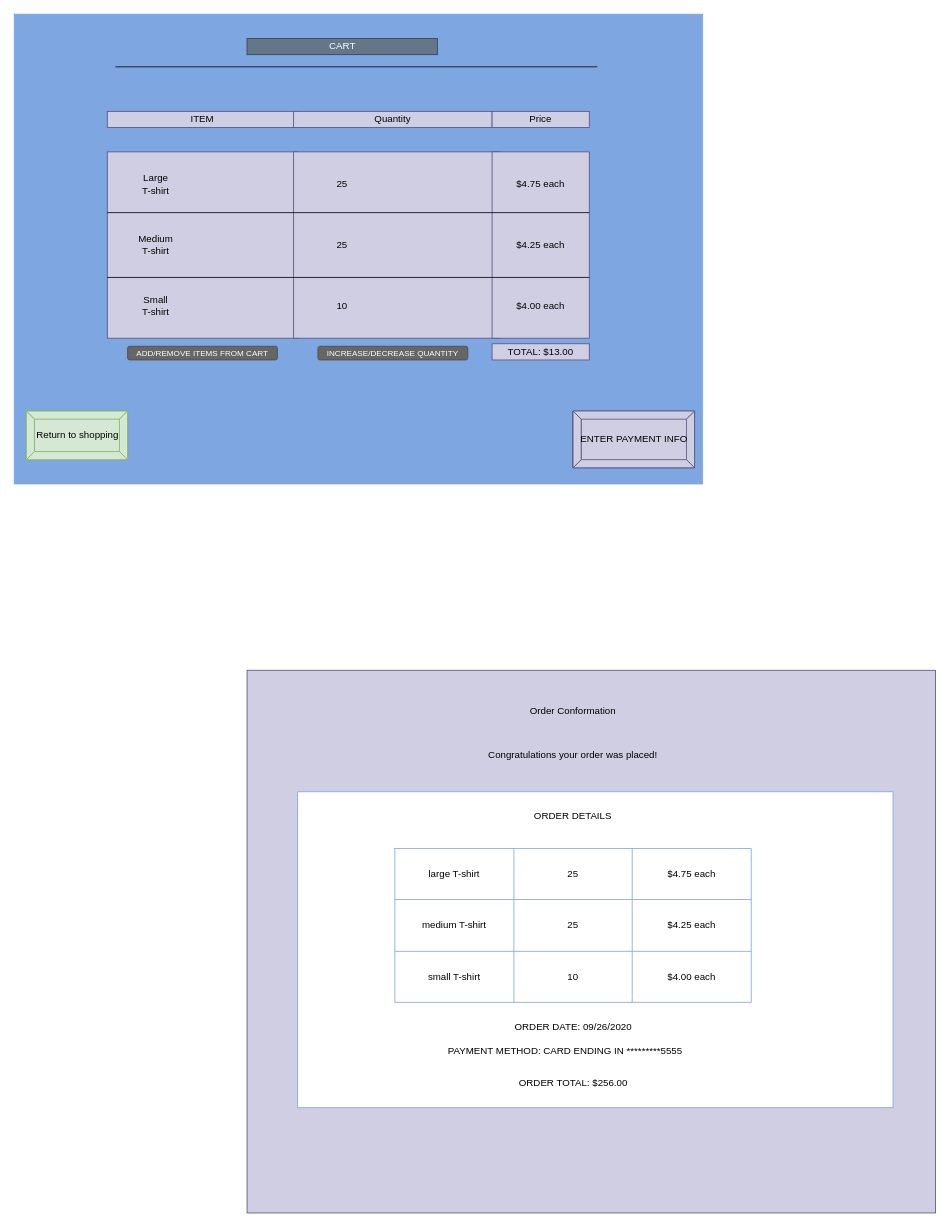
Before: Untitled Diagram.drawio in sstrawmatt2/CS200, a draw.io diagram. Source tidied: cells renumbered, new cells numbered last; positions are measured from the earlier drawing's top-left corner, leaving out a move shared by most shapes. Both pictures are drawn from the tidied source at 81%, with x=0, y=0 at pixel (14, 14).
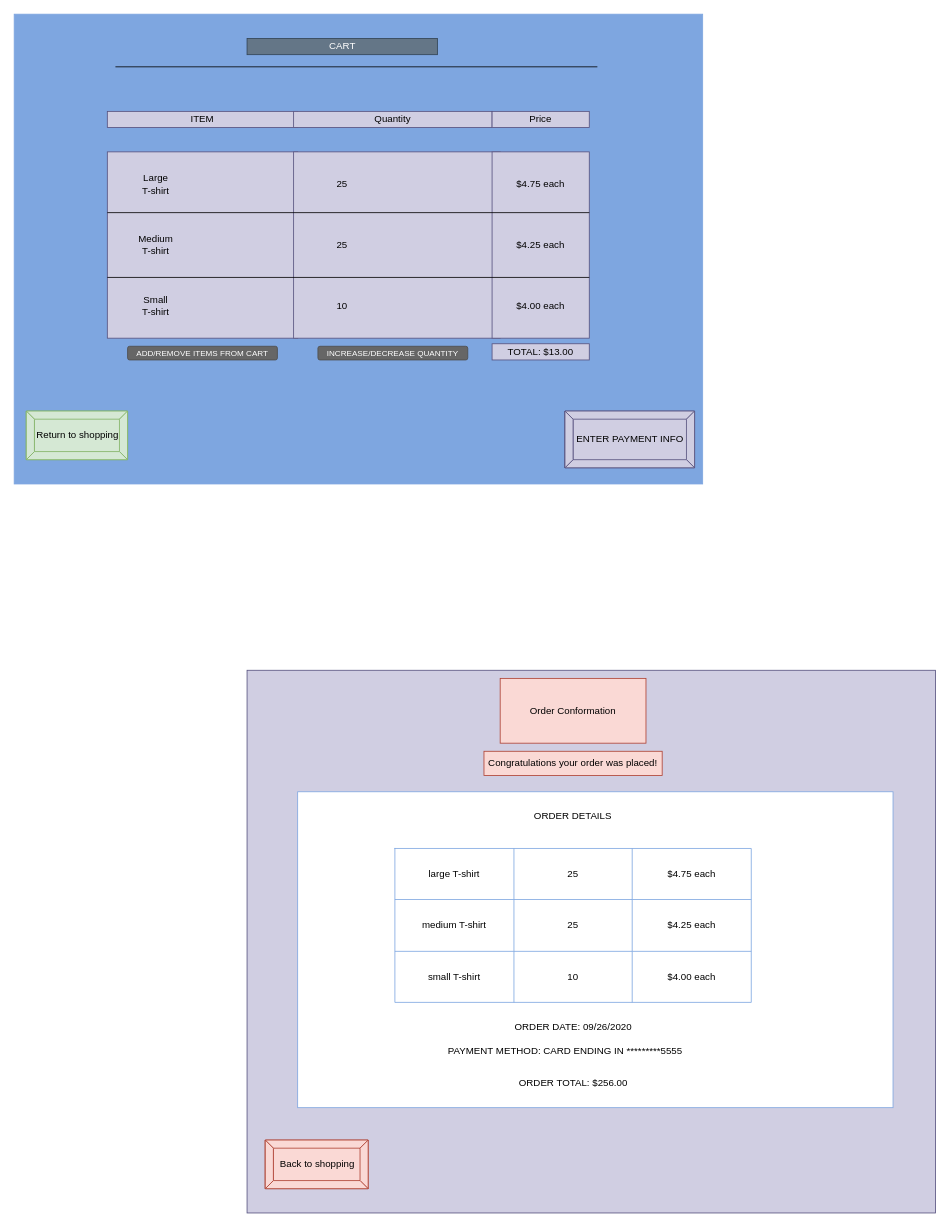
Above is the later version.

Diff of the diagram source:
```diff
@@
     <mxCell id="22" value="ENTER PAYMENT INFO" style="labelPosition=center;verticalLabelPosition=middle;align=center;html=1;shape=mxgraph.basic.button;dx=10;fillColor=#d0cee2;strokeColor=#56517e;" parent="1" vertex="1">
-      <mxGeometry x="690" y="490" width="150" height="70" as="geometry" />
+      <mxGeometry x="680" y="490" width="160" height="70" as="geometry" />
     </mxCell>
@@
-    <mxCell id="28" value="Order Conformation" style="text;html=1;strokeColor=none;fillColor=none;align=center;verticalAlign=middle;whiteSpace=wrap;rounded=0;" parent="1" vertex="1">
+    <mxCell id="28" value="Order Conformation" style="text;html=1;strokeColor=#ae4132;fillColor=#fad9d5;align=center;verticalAlign=middle;whiteSpace=wrap;rounded=0;" parent="1" vertex="1">
       <mxGeometry x="600" y="820" width="180" height="80" as="geometry" />
     </mxCell>
-    <mxCell id="29" value="Congratulations your order was placed!" style="text;html=1;strokeColor=none;fillColor=none;align=center;verticalAlign=middle;whiteSpace=wrap;rounded=0;" parent="1" vertex="1">
-      <mxGeometry x="580" y="900" width="220" height="30" as="geometry" />
+    <mxCell id="29" value="Congratulations your order was placed!" style="text;html=1;strokeColor=#ae4132;fillColor=#fad9d5;align=center;verticalAlign=middle;whiteSpace=wrap;rounded=0;" parent="1" vertex="1">
+      <mxGeometry x="580" y="910" width="220" height="30" as="geometry" />
     </mxCell>
@@
+    <mxCell id="48" value="Back to shopping" style="labelPosition=center;verticalLabelPosition=middle;align=center;html=1;shape=mxgraph.basic.button;dx=10;strokeColor=#ae4132;fillColor=#fad9d5;" parent="1" vertex="1">
+      <mxGeometry x="310" y="1390" width="127" height="60" as="geometry" />
+    </mxCell>
```
